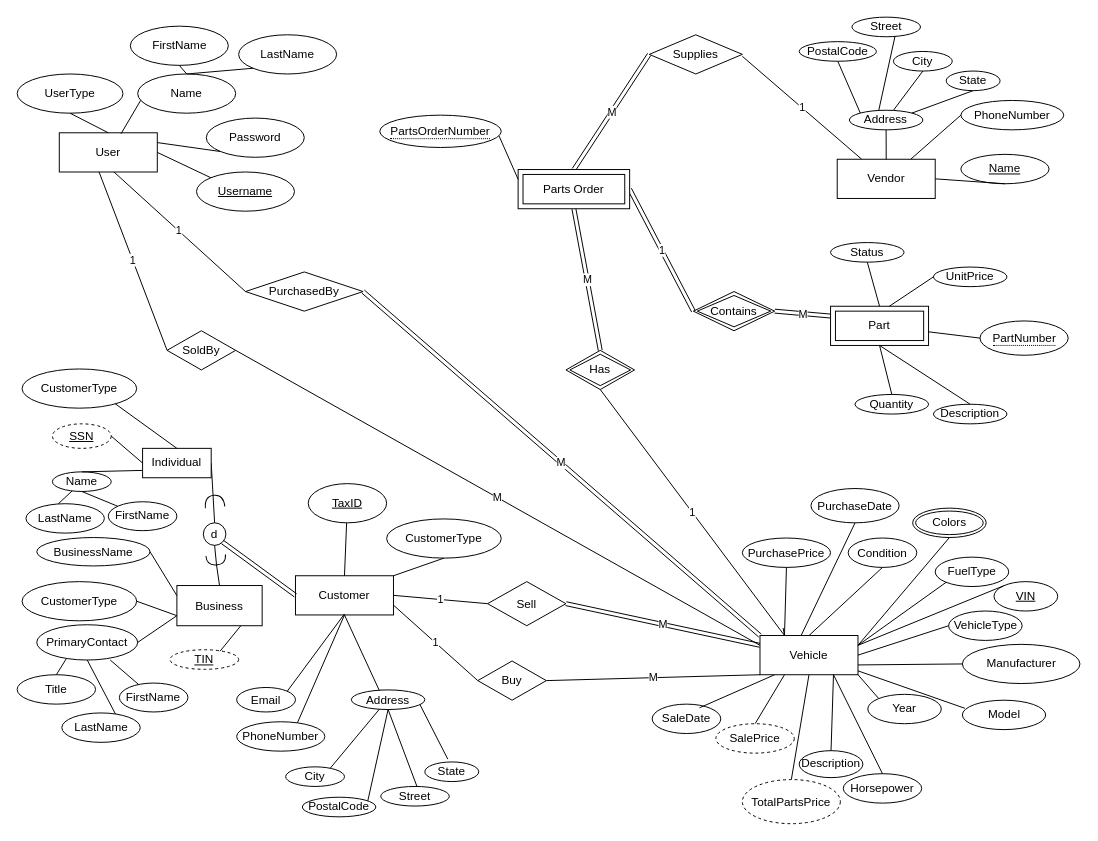
Before: Phase_2/team006_p2_eer.drawio in rkang427/autodb, a draw.io diagram. Source tidied: cells renumbered, new cells numbered last; positions are measured from the earlier drawing's top-left corner, leaving out a move shared by most shapes. Both pictures are drawn from the tidied source at 98%, with x=0, y=0 at pixel (17, 17).
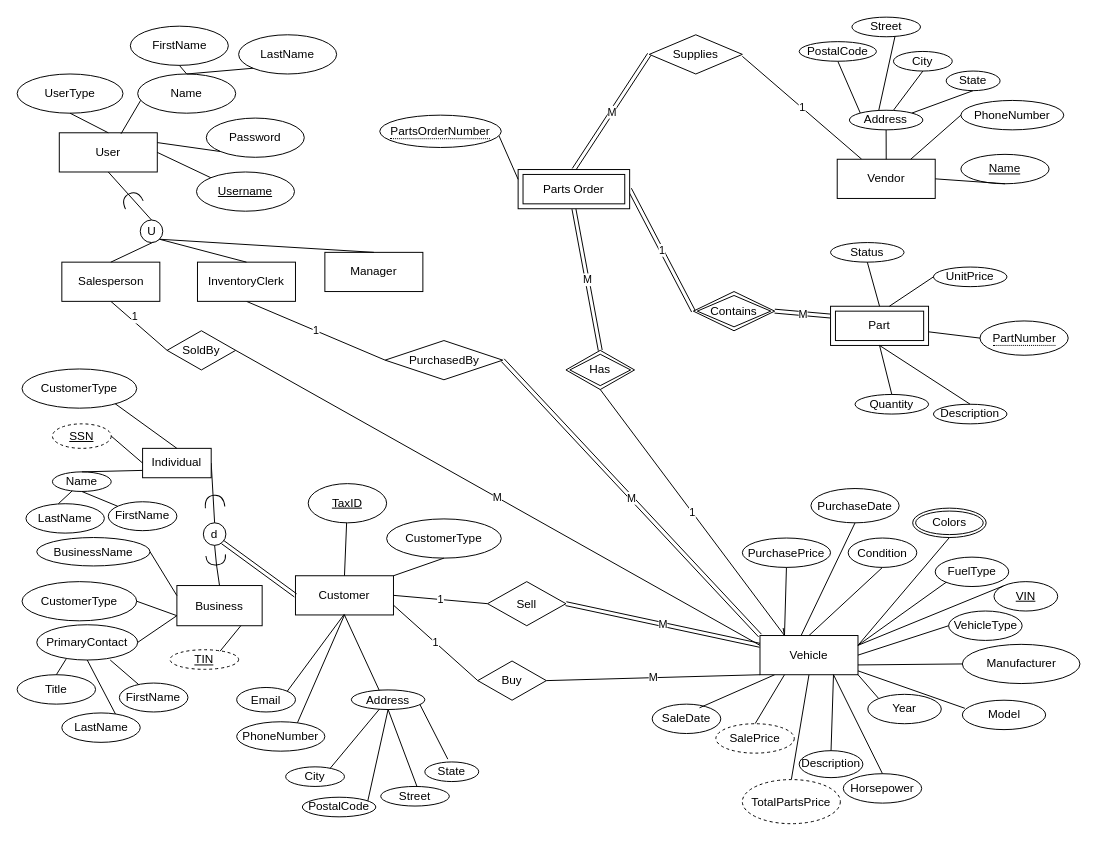
Above is the later version.

The change refers to these unchanged cells:
```xml
<mxCell id="57" value="SoldBy" style="shape=rhombus;perimeter=rhombusPerimeter;whiteSpace=wrap;html=1;align=center;" parent="1" vertex="1">
  <mxGeometry x="153" y="320" width="70" height="40" as="geometry" />
</mxCell>
<mxCell id="72" value="User" style="whiteSpace=wrap;html=1;align=center;" parent="1" vertex="1">
  <mxGeometry x="43" y="118" width="100" height="40" as="geometry" />
</mxCell>
```

What changed in the source:
```diff
@@
     <mxCell id="58" value="PurchasedBy" style="shape=rhombus;perimeter=rhombusPerimeter;whiteSpace=wrap;html=1;align=center;" parent="1" vertex="1">
-      <mxGeometry x="233" y="260" width="120" height="40" as="geometry" />
+      <mxGeometry x="375.5" y="330" width="120" height="40" as="geometry" />
     </mxCell>
-    <mxCell id="59" value="1" style="rounded=0;jettySize=auto;html=1;exitX=0.401;exitY=0.968;exitDx=0;exitDy=0;endArrow=none;endFill=0;strokeWidth=1;entryX=0;entryY=0.5;entryDx=0;entryDy=0;exitPerimeter=0;" parent="1" edge="1" source="72" target="57">
-      <mxGeometry relative="1" as="geometry" />
+    <mxCell id="59" value="1" style="rounded=0;jettySize=auto;html=1;endArrow=none;endFill=0;strokeWidth=1;entryX=0;entryY=0.5;entryDx=0;entryDy=0;exitX=0.5;exitY=1;exitDx=0;exitDy=0;" parent="1" edge="1" source="153" target="57">
+      <mxGeometry x="-0.25" y="4" relative="1" as="geometry" />
     </mxCell>
-    <mxCell id="60" value="1" style="rounded=0;jettySize=auto;html=1;exitX=0.55;exitY=0.982;exitDx=0;exitDy=0;endArrow=none;endFill=0;entryX=0;entryY=0.5;entryDx=0;entryDy=0;strokeWidth=1;exitPerimeter=0;" parent="1" edge="1" source="72" target="58">
+    <mxCell id="60" value="1" style="rounded=0;jettySize=auto;html=1;endArrow=none;endFill=0;entryX=0;entryY=0.5;entryDx=0;entryDy=0;strokeWidth=1;exitX=0.5;exitY=1;exitDx=0;exitDy=0;" parent="1" edge="1" source="152" target="58">
       <mxGeometry relative="1" as="geometry" />
     </mxCell>
@@
+    <mxCell id="152" value="InventoryClerk" style="whiteSpace=wrap;html=1;align=center;" parent="1" vertex="1">
+      <mxGeometry x="184" y="250" width="100" height="40" as="geometry" />
+    </mxCell>
+    <mxCell id="153" value="Salesperson" style="whiteSpace=wrap;html=1;align=center;" parent="1" vertex="1">
+      <mxGeometry x="45.6" y="250" width="100" height="40" as="geometry" />
+    </mxCell>
+    <mxCell id="154" value="Manager" style="whiteSpace=wrap;html=1;align=center;" parent="1" vertex="1">
+      <mxGeometry x="314" y="240" width="100" height="40" as="geometry" />
+    </mxCell>
+    <mxCell id="155" style="endArrow=none;html=1;rounded=0;entryX=0.5;entryY=0;entryDx=0;entryDy=0;exitX=1;exitY=1;exitDx=0;exitDy=0;" parent="1" edge="1" source="157" target="153">
+      <mxGeometry relative="1" as="geometry" />
+    </mxCell>
+    <mxCell id="156" style="endArrow=none;html=1;rounded=0;entryX=0.5;entryY=0;entryDx=0;entryDy=0;exitX=1;exitY=1;exitDx=0;exitDy=0;" parent="1" edge="1" source="157" target="152">
+      <mxGeometry relative="1" as="geometry" />
+    </mxCell>
+    <mxCell id="157" value="U" style="ellipse;whiteSpace=wrap;html=1;" parent="1" vertex="1">
+      <mxGeometry x="125.6" y="207" width="23" height="23" as="geometry" />
+    </mxCell>
+    <mxCell id="158" style="endArrow=none;html=1;rounded=0;entryX=0.5;entryY=0;entryDx=0;entryDy=0;exitX=1;exitY=1;exitDx=0;exitDy=0;" parent="1" edge="1" source="157" target="154">
+      <mxGeometry relative="1" as="geometry" />
+    </mxCell>
+    <mxCell id="159" style="endArrow=none;html=1;rounded=0;entryX=0.5;entryY=0;entryDx=0;entryDy=0;exitX=0.5;exitY=1;exitDx=0;exitDy=0;" parent="1" edge="1" source="72" target="157">
+      <mxGeometry relative="1" as="geometry" />
+    </mxCell>
+    <mxCell id="160" style="shape=requiredInterface;html=1;verticalLabelPosition=bottom;sketch=0;rotation=-115;" parent="1" vertex="1">
+      <mxGeometry x="110.7" y="176.1" width="12.5" height="19.9" as="geometry" />
+    </mxCell>
```
